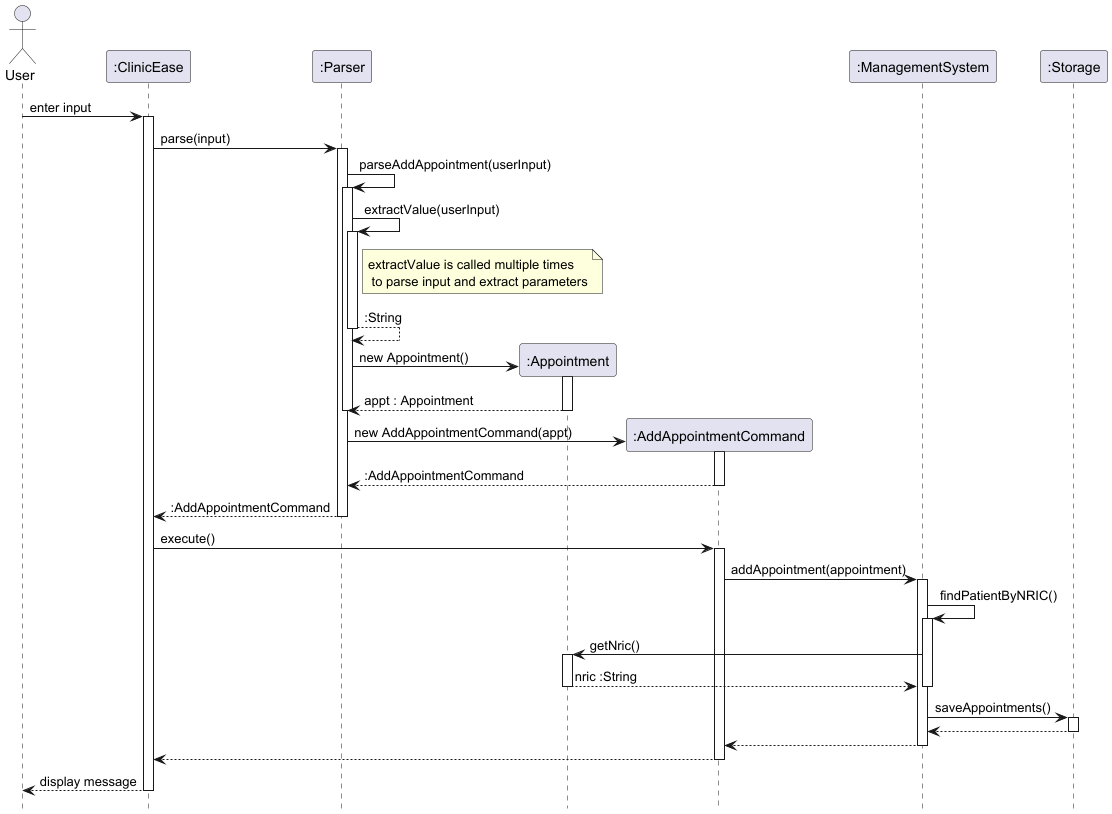
chwenyee/tp keeps this PlantUML diagram as docs/diagrams/addAppointmentSequence.png. Above is the earlier version.
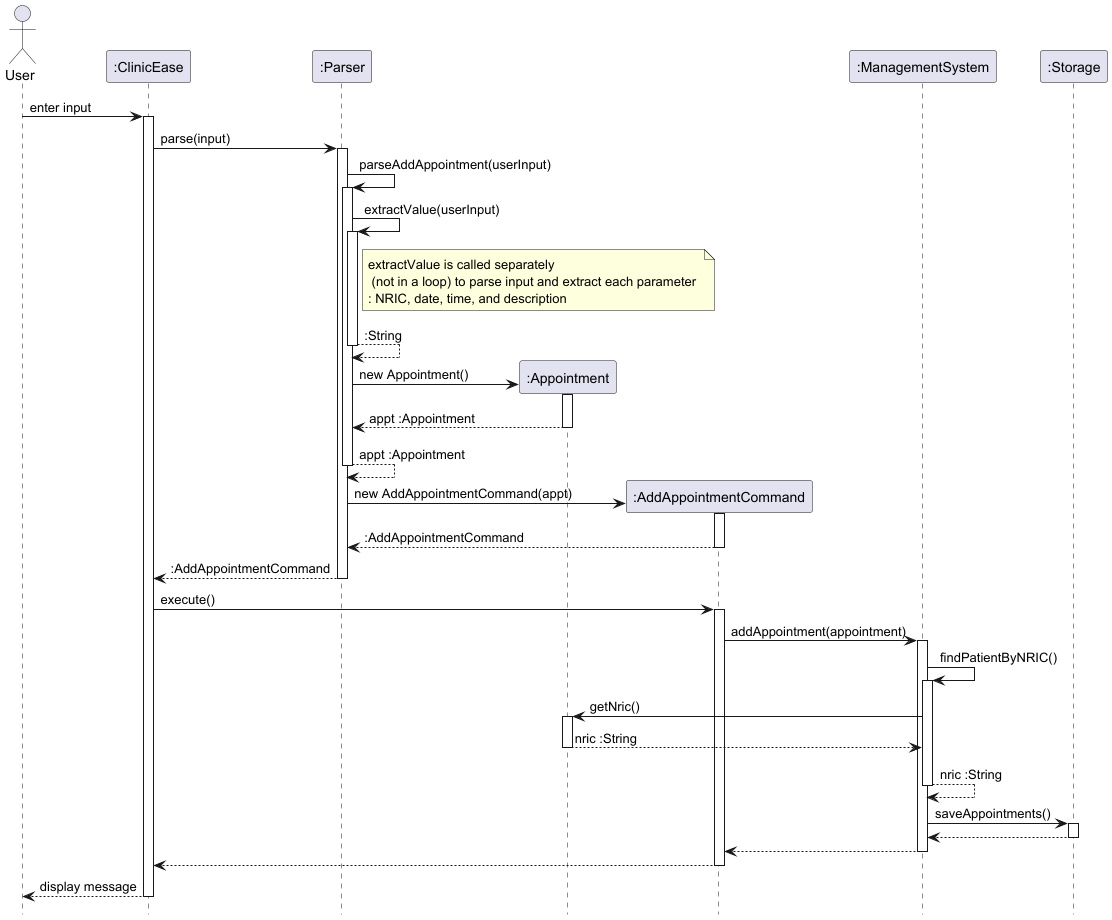
After the change.

Commit message:
Refine DG of add/delete appointment feature

Change to the diagram source:
```diff
@@ -17,18 +17,23 @@
 
 Parser -> Parser : parseAddAppointment(userInput)
 activate Parser
+
 Parser -> Parser : extractValue(userInput)
 activate Parser
-note right of Parser: extractValue is called multiple times\n to parse input and extract parameters
+note right of Parser:  extractValue is called separately \n (not in a loop) to parse input and extract each parameter \n: NRIC, date, time, and description
 Parser --> Parser : :String
 deactivate Parser
 
 create Appointment
 Parser -> Appointment : new Appointment()
 activate Appointment
-Appointment --> Parser : appt : Appointment
+Appointment --> Parser : appt :Appointment
 deactivate Appointment
+
+Parser --> Parser : appt :Appointment
 deactivate Parser
+
+
 
 create AddAppointmentCommand
 Parser -> AddAppointmentCommand : new AddAppointmentCommand(appt)
@@ -42,12 +47,14 @@
 activate AddAppointmentCommand
 AddAppointmentCommand -> ManagementSystem : addAppointment(appointment)
 activate ManagementSystem
+
 ManagementSystem -> ManagementSystem : findPatientByNRIC()
 activate ManagementSystem
 ManagementSystem -> Appointment : getNric()
 activate Appointment
 Appointment --> ManagementSystem : nric :String
 deactivate Appointment
+ManagementSystem --> ManagementSystem : nric :String
 deactivate ManagementSystem
 
 ManagementSystem -> Storage : saveAppointments()
```
